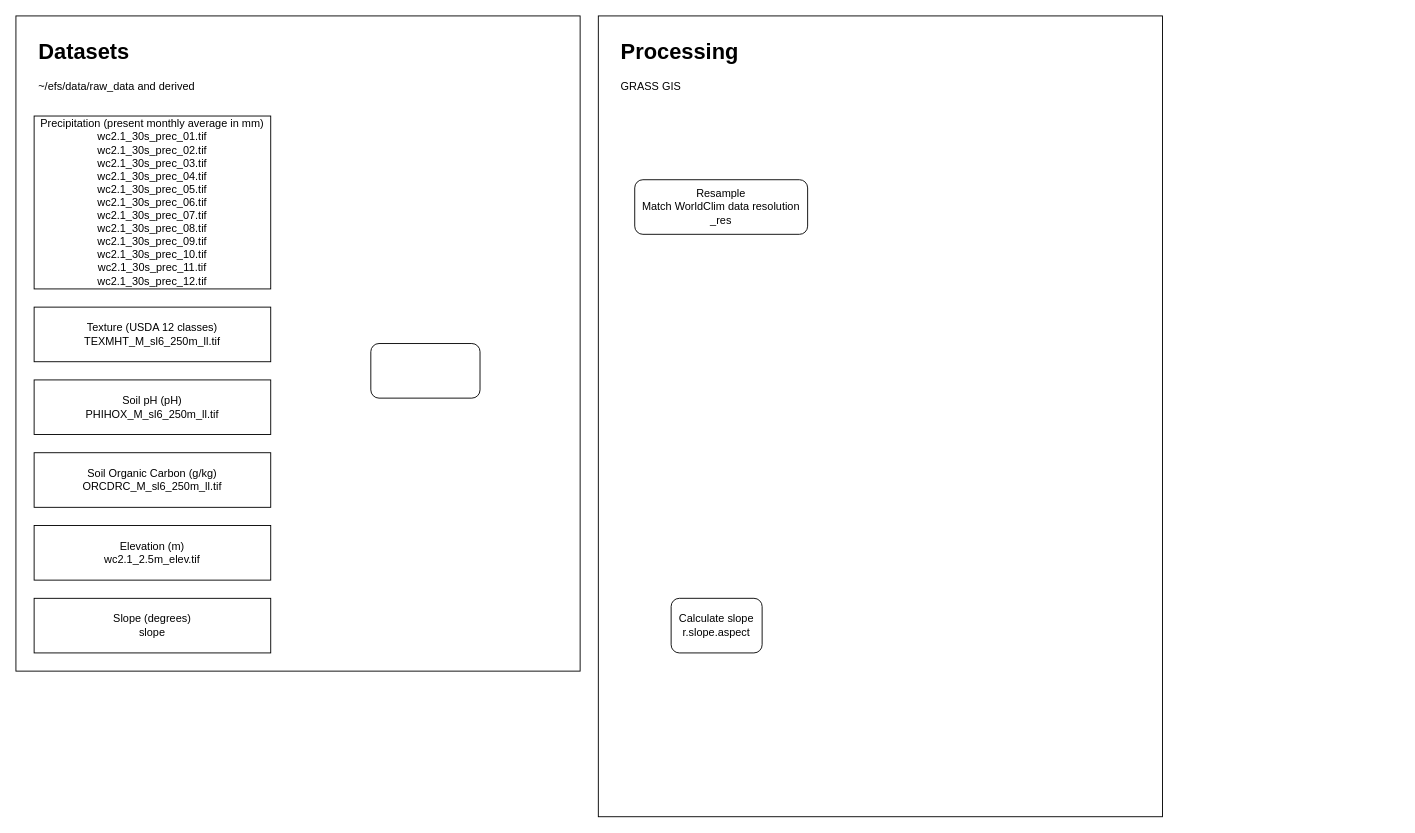
Above: ahp_present_methodology.drawio in UTMSustAg/methodology (draw.io), before the change. Source tidied: cells renumbered, new cells numbered last; positions are measured from the earlier drawing's top-left corner, leaving out a move shared by most shapes. Both pictures are drawn from the tidied source at 91%, with x=0, y=0 at pixel (15, 15).
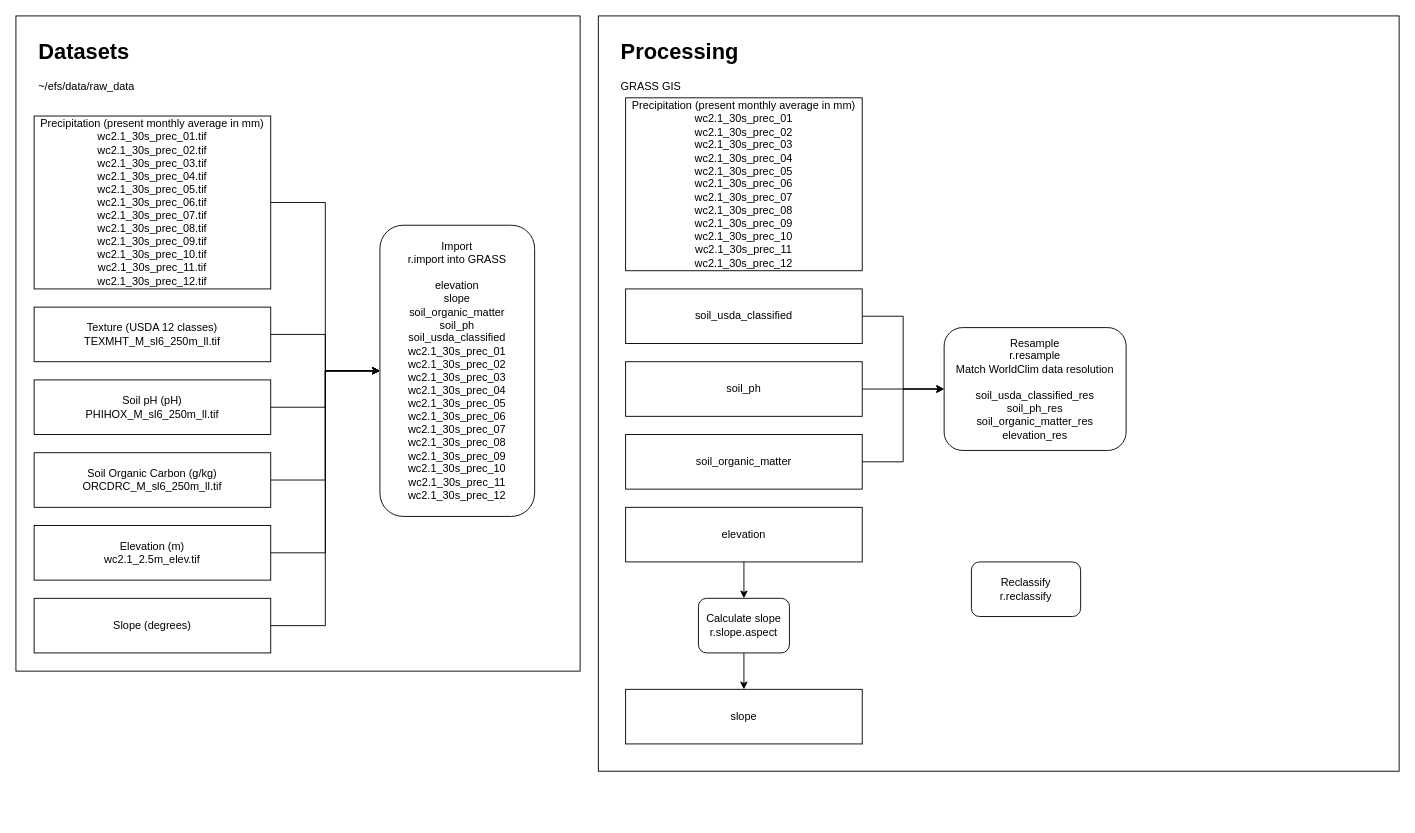
The same page after the edit.

Unchanged cells that the change refers to:
```xml
<mxCell id="4" value="Precipitation (present monthly average in mm)&lt;br&gt;wc2.1_30s_prec_01.tif&lt;br&gt;wc2.1_30s_prec_02.tif&lt;br&gt;&lt;div&gt;wc2.1_30s_prec_03.tif&lt;/div&gt;&lt;div&gt;wc2.1_30s_prec_04.tif&lt;/div&gt;&lt;div&gt;wc2.1_30s_prec_05.tif&lt;/div&gt;&lt;div&gt;wc2.1_30s_prec_06.tif&lt;/div&gt;&lt;div&gt;wc2.1_30s_prec_07.tif&lt;/div&gt;&lt;div&gt;wc2.1_30s_prec_08.tif&lt;/div&gt;&lt;div&gt;wc2.1_30s_prec_09.tif&lt;/div&gt;&lt;div&gt;wc2.1_30s_prec_10.tif&lt;/div&gt;&lt;div&gt;wc2.1_30s_prec_11.tif&lt;/div&gt;&lt;div&gt;wc2.1_30s_prec_12.tif&lt;/div&gt;" style="rounded=0;whiteSpace=wrap;html=1;" parent="1" vertex="1">
  <mxGeometry x="20" y="110" width="260" height="190" as="geometry" />
</mxCell>
<mxCell id="5" value="Elevation (m)&lt;br&gt;wc2.1_2.5m_elev.tif" style="rounded=0;whiteSpace=wrap;html=1;" parent="1" vertex="1">
  <mxGeometry x="20" y="560" width="260" height="60" as="geometry" />
</mxCell>
<mxCell id="7" value="Texture (USDA 12 classes)&lt;br&gt;TEXMHT_M_sl6_250m_ll.tif" style="rounded=0;whiteSpace=wrap;html=1;" parent="1" vertex="1">
  <mxGeometry x="20" y="320" width="260" height="60" as="geometry" />
</mxCell>
<mxCell id="8" value="Soil pH (pH)&lt;br&gt;PHIHOX_M_sl6_250m_ll.tif" style="rounded=0;whiteSpace=wrap;html=1;fontColor=#000000;" parent="1" vertex="1">
  <mxGeometry x="20" y="400" width="260" height="60" as="geometry" />
</mxCell>
<mxCell id="9" value="Soil Organic Carbon (g/kg)&lt;br&gt;ORCDRC_M_sl6_250m_ll.tif" style="rounded=0;whiteSpace=wrap;html=1;fontColor=#000000;" parent="1" vertex="1">
  <mxGeometry x="20" y="480" width="260" height="60" as="geometry" />
</mxCell>
```

Diff of the diagram source:
```diff
@@
     <mxCell id="2" style="rounded=0;whiteSpace=wrap;html=1;" parent="1" vertex="1">
-      <mxGeometry x="640" width="620" height="880" as="geometry" />
+      <mxGeometry x="640" width="880" height="830" as="geometry" />
     </mxCell>
@@
+    <mxCell id="15" style="edgeStyle=orthogonalEdgeStyle;rounded=0;jettySize=auto;html=1;" parent="1" edge="1" source="4" target="14">
+      <mxGeometry relative="1" as="geometry" />
+    </mxCell>
@@
+    <mxCell id="16" style="edgeStyle=orthogonalEdgeStyle;rounded=0;jettySize=auto;html=1;exitX=1;exitY=0.5;exitDx=0;exitDy=0;entryX=0;entryY=0.5;entryDx=0;entryDy=0;" parent="1" edge="1" source="5" target="14">
+      <mxGeometry relative="1" as="geometry" />
+    </mxCell>
@@
-    <mxCell id="6" value="&lt;h1&gt;Datasets&lt;/h1&gt;&lt;p&gt;~/efs/data/raw_data and derived&lt;/p&gt;" style="text;html=1;strokeColor=none;fillColor=none;spacing=5;spacingTop=-20;whiteSpace=wrap;overflow=hidden;rounded=0;" parent="1" vertex="1">
+    <mxCell id="6" value="&lt;h1&gt;Datasets&lt;/h1&gt;&lt;p&gt;~/efs/data/raw_data&lt;/p&gt;" style="text;html=1;strokeColor=none;fillColor=none;spacing=5;spacingTop=-20;whiteSpace=wrap;overflow=hidden;rounded=0;" parent="1" vertex="1">
       <mxGeometry x="20" y="20" width="190" height="70" as="geometry" />
     </mxCell>
+    <mxCell id="17" style="edgeStyle=orthogonalEdgeStyle;rounded=0;jettySize=auto;html=1;" parent="1" edge="1" source="7" target="14">
+      <mxGeometry relative="1" as="geometry" />
+    </mxCell>
@@
+    <mxCell id="18" style="edgeStyle=orthogonalEdgeStyle;rounded=0;jettySize=auto;html=1;" parent="1" edge="1" source="8" target="14">
+      <mxGeometry relative="1" as="geometry" />
+    </mxCell>
@@
+    <mxCell id="19" style="edgeStyle=orthogonalEdgeStyle;rounded=0;jettySize=auto;html=1;entryX=0;entryY=0.5;entryDx=0;entryDy=0;" parent="1" edge="1" source="9" target="14">
+      <mxGeometry relative="1" as="geometry" />
+    </mxCell>
@@
+    <mxCell id="20" style="edgeStyle=orthogonalEdgeStyle;rounded=0;jettySize=auto;html=1;entryX=0;entryY=0.5;entryDx=0;entryDy=0;" parent="1" edge="1" source="10" target="14">
+      <mxGeometry relative="1" as="geometry" />
+    </mxCell>
-    <mxCell id="10" value="Slope (degrees)&lt;br&gt;slope" style="rounded=0;whiteSpace=wrap;html=1;" parent="1" vertex="1">
+    <mxCell id="10" value="Slope (degrees)" style="rounded=0;whiteSpace=wrap;html=1;" parent="1" vertex="1">
       <mxGeometry x="20" y="640" width="260" height="60" as="geometry" />
     </mxCell>
+    <mxCell id="21" style="edgeStyle=orthogonalEdgeStyle;rounded=0;jettySize=auto;html=1;" parent="1" edge="1" source="11" target="31">
+      <mxGeometry relative="1" as="geometry" />
+    </mxCell>
     <mxCell id="11" value="Calculate slope&lt;br&gt;r.slope.aspect" style="rounded=1;whiteSpace=wrap;html=1;fontColor=#000000;" parent="1" vertex="1">
-      <mxGeometry x="720" y="640" width="100" height="60" as="geometry" />
+      <mxGeometry x="750" y="640" width="100" height="60" as="geometry" />
     </mxCell>
@@
-    <mxCell id="13" value="Resample&lt;br&gt;Match WorldClim data resolution&lt;br&gt;_res" style="rounded=1;whiteSpace=wrap;html=1;fontColor=#000000;" parent="1" vertex="1">
-      <mxGeometry x="680" y="180" width="190" height="60" as="geometry" />
+    <mxCell id="13" value="Resample&lt;br&gt;r.resample&lt;br&gt;Match WorldClim data resolution&lt;br&gt;&lt;br&gt;soil_usda_classified_res&lt;br&gt;soil_ph_res&lt;br&gt;soil_organic_matter_res&lt;br&gt;elevation_res" style="rounded=1;whiteSpace=wrap;html=1;fontColor=#000000;" parent="1" vertex="1">
+      <mxGeometry x="1020" y="342.5" width="200" height="135" as="geometry" />
     </mxCell>
-    <mxCell id="14" style="rounded=1;whiteSpace=wrap;html=1;fontColor=#000000;" parent="1" vertex="1">
-      <mxGeometry x="390" y="360" width="120" height="60" as="geometry" />
+    <mxCell id="14" value="&lt;span&gt;Import&lt;/span&gt;&lt;br&gt;&lt;span&gt;r.import into GRASS&lt;/span&gt;&lt;br&gt;&lt;br&gt;&lt;div&gt;elevation&lt;/div&gt;&lt;div&gt;slope&lt;/div&gt;&lt;div&gt;soil_organic_matter&lt;/div&gt;&lt;div&gt;soil_ph&lt;/div&gt;&lt;div&gt;soil_usda_classified&lt;/div&gt;&lt;div&gt;wc2.1_30s_prec_01&lt;/div&gt;&lt;div&gt;wc2.1_30s_prec_02&lt;/div&gt;&lt;div&gt;wc2.1_30s_prec_03&lt;/div&gt;&lt;div&gt;wc2.1_30s_prec_04&lt;/div&gt;&lt;div&gt;wc2.1_30s_prec_05&lt;/div&gt;&lt;div&gt;wc2.1_30s_prec_06&lt;/div&gt;&lt;div&gt;wc2.1_30s_prec_07&lt;/div&gt;&lt;div&gt;wc2.1_30s_prec_08&lt;/div&gt;&lt;div&gt;wc2.1_30s_prec_09&lt;/div&gt;&lt;div&gt;wc2.1_30s_prec_10&lt;/div&gt;&lt;div&gt;wc2.1_30s_prec_11&lt;/div&gt;&lt;div&gt;wc2.1_30s_prec_12&lt;/div&gt;" style="rounded=1;whiteSpace=wrap;html=1;fontColor=#000000;" parent="1" vertex="1">
+      <mxGeometry x="400" y="230" width="170" height="320" as="geometry" />
     </mxCell>
+    <mxCell id="22" value="Precipitation (present monthly average in mm)&lt;br&gt;wc2.1_30s_prec_01&lt;br&gt;wc2.1_30s_prec_02&lt;br&gt;&lt;div&gt;wc2.1_30s_prec_03&lt;/div&gt;&lt;div&gt;wc2.1_30s_prec_04&lt;/div&gt;&lt;div&gt;wc2.1_30s_prec_05&lt;/div&gt;&lt;div&gt;wc2.1_30s_prec_06&lt;/div&gt;&lt;div&gt;wc2.1_30s_prec_07&lt;/div&gt;&lt;div&gt;wc2.1_30s_prec_08&lt;/div&gt;&lt;div&gt;wc2.1_30s_prec_09&lt;/div&gt;&lt;div&gt;wc2.1_30s_prec_10&lt;/div&gt;&lt;div&gt;wc2.1_30s_prec_11&lt;/div&gt;&lt;div&gt;wc2.1_30s_prec_12&lt;/div&gt;" style="rounded=0;whiteSpace=wrap;html=1;" parent="1" vertex="1">
+      <mxGeometry x="670" y="90" width="260" height="190" as="geometry" />
+    </mxCell>
+    <mxCell id="23" style="edgeStyle=orthogonalEdgeStyle;rounded=0;jettySize=auto;html=1;" parent="1" edge="1" source="24" target="11">
+      <mxGeometry relative="1" as="geometry" />
+    </mxCell>
+    <mxCell id="24" value="elevation" style="rounded=0;whiteSpace=wrap;html=1;" parent="1" vertex="1">
+      <mxGeometry x="670" y="540" width="260" height="60" as="geometry" />
+    </mxCell>
+    <mxCell id="25" style="edgeStyle=orthogonalEdgeStyle;rounded=0;jettySize=auto;html=1;entryX=0;entryY=0.5;entryDx=0;entryDy=0;" parent="1" edge="1" source="26" target="13">
+      <mxGeometry relative="1" as="geometry" />
+    </mxCell>
+    <mxCell id="26" value="soil_usda_classified" style="rounded=0;whiteSpace=wrap;html=1;" parent="1" vertex="1">
+      <mxGeometry x="670" y="300" width="260" height="60" as="geometry" />
+    </mxCell>
+    <mxCell id="27" style="edgeStyle=orthogonalEdgeStyle;rounded=0;jettySize=auto;html=1;" parent="1" edge="1" source="28" target="13">
+      <mxGeometry relative="1" as="geometry" />
+    </mxCell>
+    <mxCell id="28" value="soil_ph" style="rounded=0;whiteSpace=wrap;html=1;fontColor=#000000;" parent="1" vertex="1">
+      <mxGeometry x="670" y="380" width="260" height="60" as="geometry" />
+    </mxCell>
+    <mxCell id="29" style="edgeStyle=orthogonalEdgeStyle;rounded=0;jettySize=auto;html=1;entryX=0;entryY=0.5;entryDx=0;entryDy=0;" parent="1" edge="1" source="30" target="13">
+      <mxGeometry relative="1" as="geometry" />
+    </mxCell>
+    <mxCell id="30" value="soil_organic_matter" style="rounded=0;whiteSpace=wrap;html=1;fontColor=#000000;" parent="1" vertex="1">
+      <mxGeometry x="670" y="460" width="260" height="60" as="geometry" />
+    </mxCell>
+    <mxCell id="31" value="slope" style="rounded=0;whiteSpace=wrap;html=1;" parent="1" vertex="1">
+      <mxGeometry x="670" y="740" width="260" height="60" as="geometry" />
+    </mxCell>
+    <mxCell id="32" value="Reclassify&lt;br&gt;r.reclassify" style="rounded=1;whiteSpace=wrap;html=1;" parent="1" vertex="1">
+      <mxGeometry x="1050" y="600" width="120" height="60" as="geometry" />
+    </mxCell>
```
